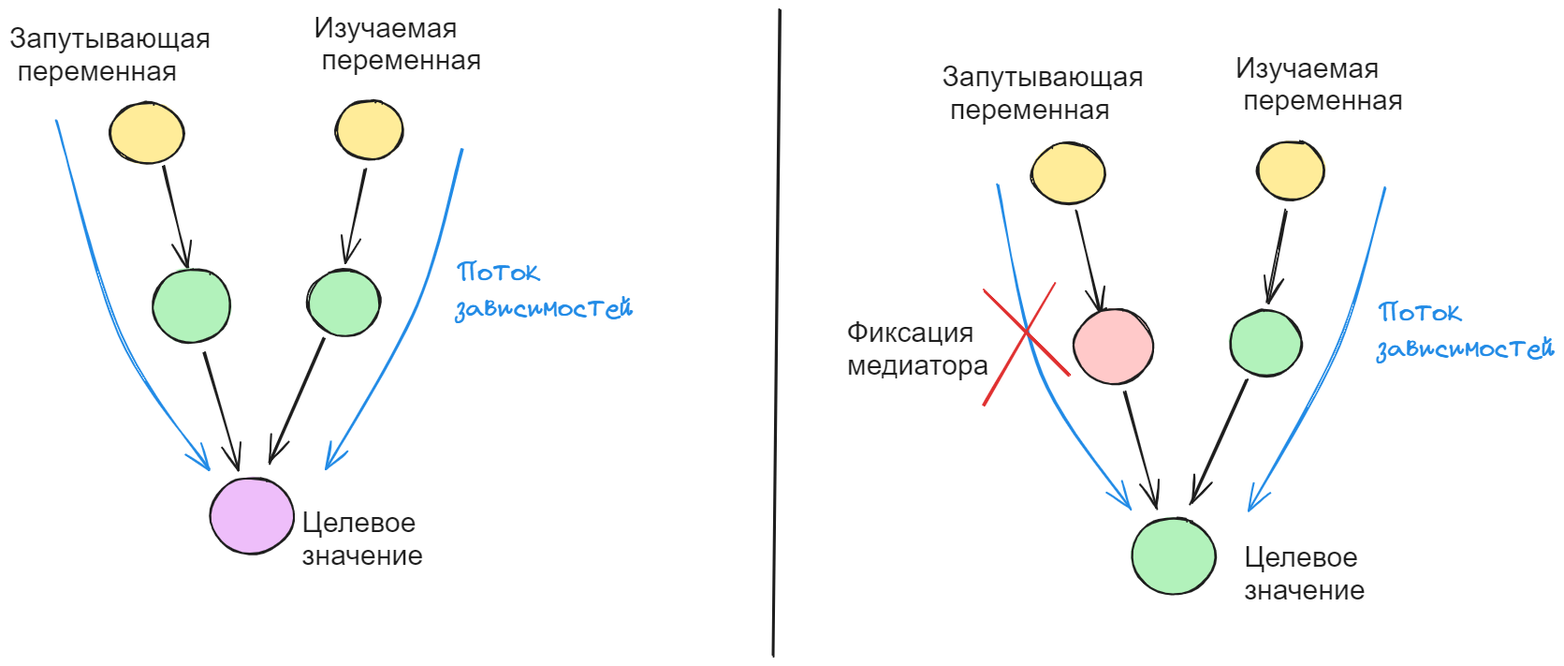
The Excalidraw diagram diplom/assets/math/discrete/dep_flow.excalidraw.png in NMashalov/EducationGenerativeModelApplication, before a commit. Source tidied: one line per element, renumbered; positions are measured from the earlier drawing's top-left corner, leaving out a move shared by most shapes.
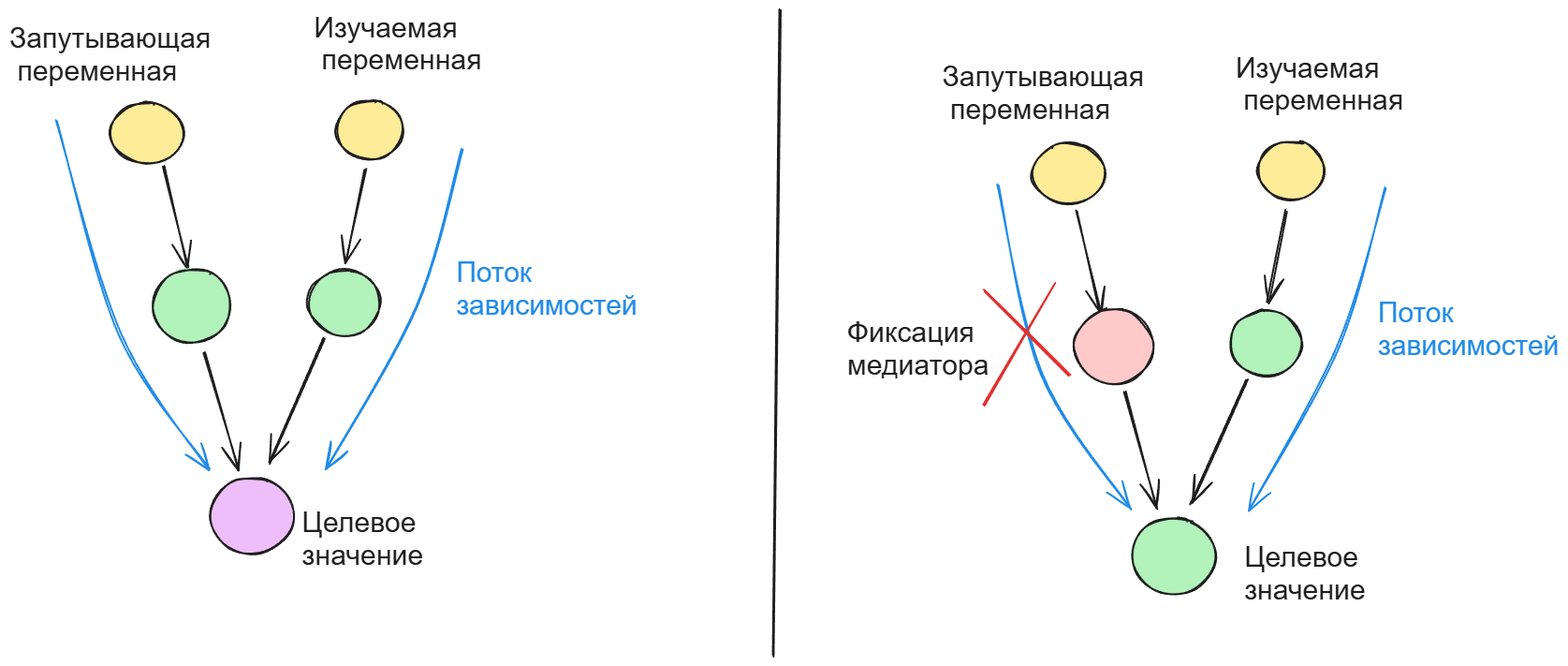
Above is the later version.

The edit, as a diff of the source:
```diff
@@ -10,7 +10,7 @@
 {"id": 9, "type": "ellipse", "strokeColor": "#1e1e1e", "backgroundColor": "#eebefa", "fillStyle": "solid", "strokeWidth": 2, "roughness": 1, "round": true, "x": 214, "y": 499, "width": 90, "height": 81}
 {"id": 10, "type": "text", "text": "Целевое\nзначение", "strokeColor": "#1e1e1e", "backgroundColor": "#ffec99", "fillStyle": "solid", "strokeWidth": 2, "roughness": 1, "fontSize": 30.24, "fontFamily": 2, "x": 313, "y": 531, "width": 130, "height": 70}
 {"id": 11, "type": "arrow", "strokeColor": "#228be6", "backgroundColor": "#b2f2bb", "fillStyle": "solid", "strokeWidth": 2, "roughness": 1, "endArrowhead": "arrow", "round": true, "x": 485, "y": 148, "width": 145, "height": 343, "points": [[0, 0], [-50, 168], [-145, 343]]}
-{"id": 12, "type": "text", "text": "Поток\nзависимостей", "strokeColor": "#228be6", "backgroundColor": "#b2f2bb", "fillStyle": "solid", "strokeWidth": 2, "roughness": 1, "fontSize": 29.85, "fontFamily": 1, "x": 477, "y": 263, "width": 190, "height": 75}
+{"id": 12, "type": "text", "text": "Поток\nзависимостей", "strokeColor": "#228be6", "backgroundColor": "#b2f2bb", "fillStyle": "solid", "strokeWidth": 2, "roughness": 1, "fontSize": 29.85, "fontFamily": 2, "x": 477, "y": 263, "width": 193, "height": 69}
 {"id": 13, "type": "text", "text": "Запутывающая\n переменная", "strokeColor": "#1e1e1e", "backgroundColor": "#ffec99", "fillStyle": "solid", "strokeWidth": 2, "roughness": 1, "fontSize": 30.24, "fontFamily": 2, "x": 0, "y": 13, "width": 215, "height": 70}
 {"id": 14, "type": "arrow", "strokeColor": "#228be6", "backgroundColor": "#b2f2bb", "fillStyle": "solid", "strokeWidth": 2, "roughness": 1, "endArrowhead": "arrow", "round": true, "x": 50, "y": 118, "width": 164, "height": 371, "points": [[0, 0], [67, 228], [164, 371]]}
 {"id": 15, "type": "line", "strokeColor": "#1e1e1e", "backgroundColor": "#ffc9c9", "fillStyle": "solid", "strokeWidth": 2, "roughness": 1, "round": true, "x": 824, "y": 0, "width": 8, "height": 690, "points": [[0, 0], [-8, 690]]}
@@ -27,7 +27,7 @@
 {"id": 26, "type": "ellipse", "strokeColor": "#1e1e1e", "backgroundColor": "#b2f2bb", "fillStyle": "solid", "strokeWidth": 2, "roughness": 1, "round": true, "x": 1199, "y": 542, "width": 90, "height": 81}
 {"id": 27, "type": "text", "text": "Целевое\nзначение", "strokeColor": "#1e1e1e", "backgroundColor": "#ffec99", "fillStyle": "solid", "strokeWidth": 2, "roughness": 1, "fontSize": 30.24, "fontFamily": 2, "x": 1319, "y": 568, "width": 130, "height": 70}
 {"id": 28, "type": "arrow", "strokeColor": "#228be6", "backgroundColor": "#b2f2bb", "fillStyle": "solid", "strokeWidth": 2, "roughness": 1, "endArrowhead": "arrow", "round": true, "x": 1469, "y": 191, "width": 145, "height": 343, "points": [[0, 0], [-50, 168], [-145, 343]]}
-{"id": 29, "type": "text", "text": "Поток\nзависимостей", "strokeColor": "#228be6", "backgroundColor": "#b2f2bb", "fillStyle": "solid", "strokeWidth": 2, "roughness": 1, "fontSize": 29.85, "fontFamily": 1, "x": 1462, "y": 306, "width": 190, "height": 75}
+{"id": 29, "type": "text", "text": "Поток\nзависимостей", "strokeColor": "#228be6", "backgroundColor": "#b2f2bb", "fillStyle": "solid", "strokeWidth": 2, "roughness": 1, "fontSize": 29.85, "fontFamily": 2, "x": 1462, "y": 306, "width": 193, "height": 69}
 {"id": 30, "type": "text", "text": "Запутывающая\n переменная", "strokeColor": "#1e1e1e", "backgroundColor": "#ffec99", "fillStyle": "solid", "strokeWidth": 2, "roughness": 1, "fontSize": 30.24, "fontFamily": 2, "x": 997, "y": 54, "width": 215, "height": 70}
 {"id": 31, "type": "arrow", "strokeColor": "#228be6", "backgroundColor": "#b2f2bb", "fillStyle": "solid", "strokeWidth": 2, "roughness": 1, "endArrowhead": "arrow", "round": true, "x": 1057, "y": 187, "width": 142, "height": 346, "points": [[0, 0], [46, 202], [142, 346]]}
 {"id": 32, "type": "line", "strokeColor": "#e03131", "backgroundColor": "#ffc9c9", "fillStyle": "solid", "strokeWidth": 2, "roughness": 1, "round": true, "x": 1042, "y": 422, "width": 75, "height": 130, "points": [[0, 0], [75, -130]]}
```
